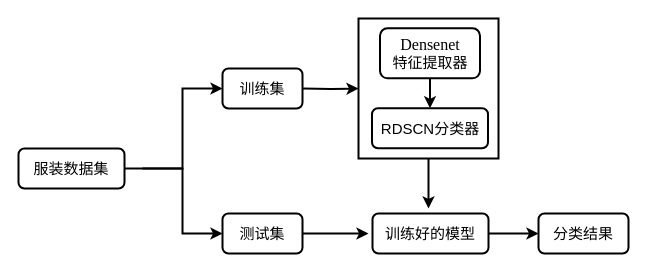
The draw.io diagram Densenet-RDSCN.drawio in hmh38324/diagrams, before the edit. Source tidied: cells renumbered, new cells numbered last; positions are measured from the earlier drawing's top-left corner, leaving out a move shared by most shapes. Both pictures are drawn from the tidied source at 100%, with x=0, y=0 at pixel (18, 18).
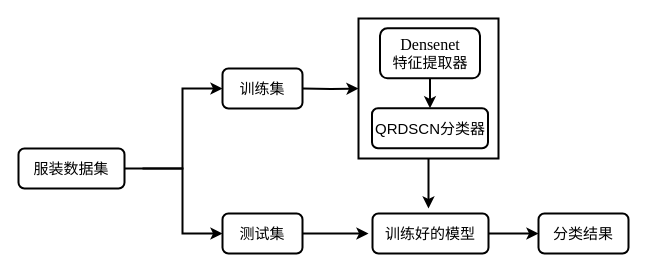
Above is the later version.

What changed in the source:
```diff
@@
-    <mxCell id="11" value="RDSCN分类器" style="whiteSpace=wrap;html=1;rounded=1;fontSize=15;strokeWidth=2;" parent="1" vertex="1">
+    <mxCell id="11" value="QRDSCN分类器" style="whiteSpace=wrap;html=1;rounded=1;fontSize=15;strokeWidth=2;" parent="1" vertex="1">
       <mxGeometry x="353.5" y="89.8" width="116" height="40" as="geometry" />
     </mxCell>
```
